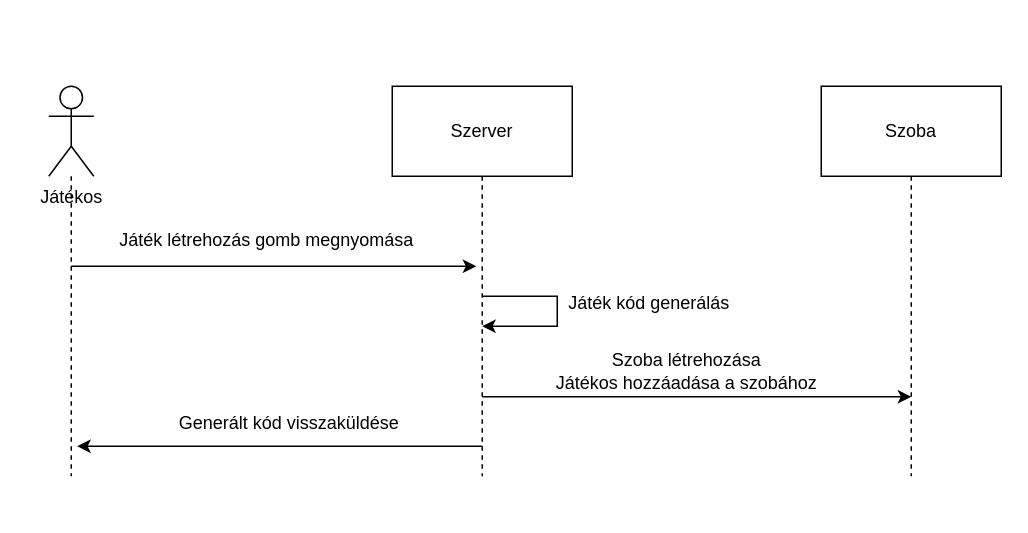
Before: page "Létrehozás" (6 of 9) of Szakdoga.drawio in laszlosimon98/strategy-game, a draw.io diagram. Source tidied: cells renumbered, new cells numbered last; positions are measured from the earlier drawing's top-left corner, leaving out a move shared by most shapes. Both pictures are drawn from the tidied source at 150%, with x=0, y=0 at pixel (48, 86).
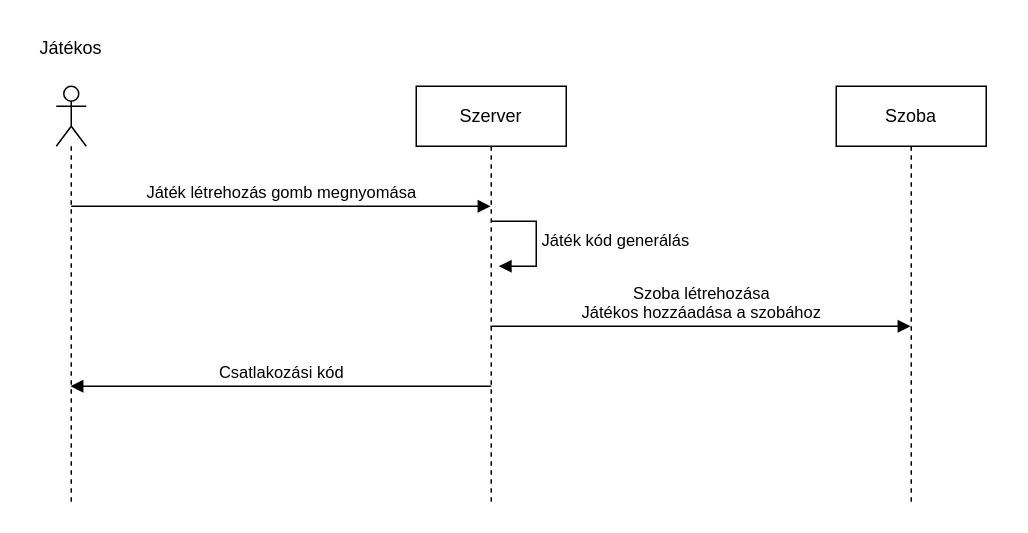
Above is the later version.

Change to the diagram source:
```diff
@@
-    <mxCell id="2" style="edgeStyle=orthogonalEdgeStyle;rounded=0;jettySize=auto;html=1;dashed=1;endArrow=none;endFill=0;" parent="1" edge="1" source="3">
-      <mxGeometry relative="1" as="geometry">
-        <mxPoint x="289" y="260" as="targetPoint" />
-      </mxGeometry>
-    </mxCell>
+    <mxCell id="9" value="Játék létrehozás gomb megnyomása" style="html=1;verticalAlign=bottom;endArrow=block;curved=0;rounded=0;" parent="1" edge="1" target="3">
+      <mxGeometry relative="1" as="geometry">
+        <mxPoint x="15" y="80" as="sourcePoint" />
+      </mxGeometry>
+    </mxCell>
+    <mxCell id="16" style="shape=umlLifeline;perimeter=lifelinePerimeter;whiteSpace=wrap;html=1;newEdgeStyle={&quot;curved&quot;:0,&quot;rounded&quot;:0};participant=umlActor;" parent="1" vertex="1">
+      <mxGeometry x="5" width="20" height="280" as="geometry" />
+    </mxCell>
-    <mxCell id="3" value="Szerver" style="rounded=0;whiteSpace=wrap;html=1;" parent="1" vertex="1">
-      <mxGeometry x="229" width="120" height="60" as="geometry" />
+    <mxCell id="3" value="Szerver" style="shape=umlLifeline;perimeter=lifelinePerimeter;whiteSpace=wrap;html=1;outlineConnect=0;portConstraint=eastwest;newEdgeStyle={&quot;curved&quot;:0,&quot;rounded&quot;:0};" parent="1" vertex="1">
+      <mxGeometry x="245" width="100" height="280" as="geometry" />
     </mxCell>
-    <mxCell id="4" style="edgeStyle=orthogonalEdgeStyle;rounded=0;jettySize=auto;html=1;dashed=1;endArrow=none;endFill=0;" parent="1" edge="1" source="5">
-      <mxGeometry relative="1" as="geometry">
-        <mxPoint x="575" y="260" as="targetPoint" />
-      </mxGeometry>
-    </mxCell>
-    <mxCell id="5" value="Szoba" style="rounded=0;whiteSpace=wrap;html=1;" parent="1" vertex="1">
-      <mxGeometry x="515" width="120" height="60" as="geometry" />
+    <mxCell id="5" value="Szoba" style="shape=umlLifeline;perimeter=lifelinePerimeter;whiteSpace=wrap;html=1;outlineConnect=0;portConstraint=eastwest;newEdgeStyle={&quot;curved&quot;:0,&quot;rounded&quot;:0};" parent="1" vertex="1">
+      <mxGeometry x="525" width="100" height="280" as="geometry" />
     </mxCell>
-    <mxCell id="6" style="edgeStyle=orthogonalEdgeStyle;rounded=0;orthogonalLoop=1;jettySize=auto;html=1;dashed=1;endArrow=none;endFill=0;" parent="1" edge="1">
-      <mxGeometry relative="1" as="geometry">
-        <mxPoint x="15" y="60" as="sourcePoint" />
-        <mxPoint x="15" y="260" as="targetPoint" />
-      </mxGeometry>
-    </mxCell>
+    <mxCell id="13" value="Szoba létrehozása&lt;div&gt;Játékos hozzáadása a szobához&lt;/div&gt;" style="html=1;verticalAlign=bottom;endArrow=block;curved=0;rounded=0;" parent="1" edge="1">
+      <mxGeometry relative="1" as="geometry">
+        <mxPoint x="294.5" y="160" as="sourcePoint" />
+        <mxPoint x="574.5" y="160" as="targetPoint" />
+      </mxGeometry>
+    </mxCell>
+    <mxCell id="17" value="Csatlakozási kód" style="html=1;verticalAlign=bottom;endArrow=block;curved=0;rounded=0;exitX=0.5;exitY=0.679;exitDx=0;exitDy=0;exitPerimeter=0;" parent="1" edge="1">
+      <mxGeometry relative="1" as="geometry">
+        <mxPoint x="295" y="200" as="sourcePoint" />
+        <mxPoint x="14.5" y="200" as="targetPoint" />
+      </mxGeometry>
+    </mxCell>
+    <mxCell id="15" value="Játék kód generálás" style="html=1;align=left;spacingLeft=2;endArrow=block;rounded=0;edgeStyle=orthogonalEdgeStyle;curved=0;rounded=0;" parent="1" edge="1">
+      <mxGeometry relative="1" as="geometry">
+        <mxPoint x="295" y="90" as="sourcePoint" />
+        <mxPoint x="300" y="120" as="targetPoint" />
+        <Array as="points">
+          <mxPoint x="325" y="120" />
+        </Array>
+      </mxGeometry>
+    </mxCell>
-    <mxCell id="7" value="Játékos" style="shape=umlActor;verticalLabelPosition=bottom;verticalAlign=top;html=1;" parent="1" vertex="1">
-      <mxGeometry width="30" height="60" as="geometry" />
+    <mxCell id="7" value="Játékos" style="text;html=1;align=center;verticalAlign=middle;whiteSpace=wrap;rounded=0;" parent="1" vertex="1">
+      <mxGeometry x="-15" y="-40" width="60" height="30" as="geometry" />
     </mxCell>
-    <mxCell id="8" style="endArrow=classic;html=1;rounded=0;" parent="1" edge="1">
-      <mxGeometry relative="1" as="geometry">
-        <mxPoint x="15" y="120" as="sourcePoint" />
-        <mxPoint x="285" y="120" as="targetPoint" />
-      </mxGeometry>
-    </mxCell>
-    <mxCell id="9" value="Játék létrehozás gomb megnyomása" style="text;html=1;align=center;verticalAlign=middle;strokeColor=none;fillColor=none;" parent="1" vertex="1">
-      <mxGeometry x="35" y="88" width="220" height="30" as="geometry" />
-    </mxCell>
-    <mxCell id="10" style="endArrow=classic;html=1;rounded=0;" parent="1" edge="1">
-      <mxGeometry relative="1" as="geometry">
-        <mxPoint x="289" y="240" as="sourcePoint" />
-        <mxPoint x="19" y="240" as="targetPoint" />
-      </mxGeometry>
-    </mxCell>
-    <mxCell id="11" value="Generált kód visszaküldése" style="text;html=1;align=center;verticalAlign=middle;strokeColor=none;fillColor=none;" parent="1" vertex="1">
-      <mxGeometry x="75" y="210" width="170" height="30" as="geometry" />
-    </mxCell>
-    <mxCell id="12" style="endArrow=classic;html=1;rounded=0;" parent="1" edge="1">
-      <mxGeometry relative="1" as="geometry">
-        <mxPoint x="289" y="207" as="sourcePoint" />
-        <mxPoint x="575" y="207" as="targetPoint" />
-      </mxGeometry>
-    </mxCell>
-    <mxCell id="13" value="Szoba létrehozása&lt;div&gt;Játékos hozzáadása a szobához&lt;/div&gt;" style="text;html=1;align=center;verticalAlign=middle;strokeColor=none;fillColor=none;" parent="1" vertex="1">
-      <mxGeometry x="325" y="170" width="200" height="40" as="geometry" />
-    </mxCell>
-    <mxCell id="14" style="endArrow=classic;html=1;rounded=0;" parent="1" edge="1">
-      <mxGeometry relative="1" as="geometry">
-        <mxPoint x="289" y="140" as="sourcePoint" />
-        <mxPoint x="289" y="160" as="targetPoint" />
-        <Array as="points">
-          <mxPoint x="339" y="140" />
-          <mxPoint x="339" y="160" />
-        </Array>
-      </mxGeometry>
-    </mxCell>
-    <mxCell id="15" value="Játék kód generálás" style="text;html=1;align=center;verticalAlign=middle;strokeColor=none;fillColor=none;" parent="1" vertex="1">
-      <mxGeometry x="335" y="130" width="130" height="30" as="geometry" />
-    </mxCell>
```
